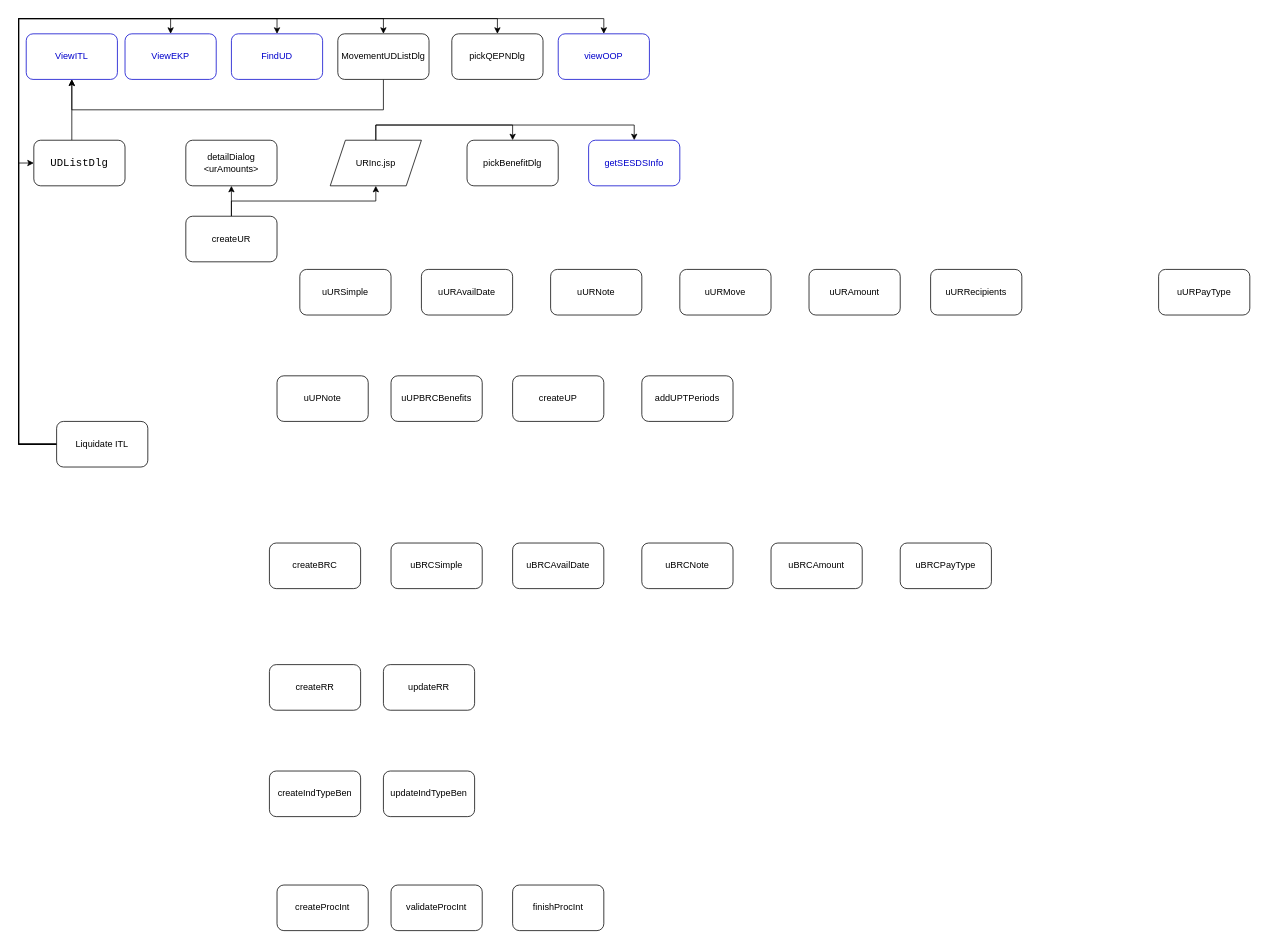
This is liq-itl.drawio from adros/diagrams, a draw.io file, before an edit. Source tidied: cells renumbered, new cells numbered last; positions are measured from the earlier drawing's top-left corner, leaving out a move shared by most shapes. Both pictures are drawn from the tidied source at 76%, with x=0, y=0 at pixel (18, 18).
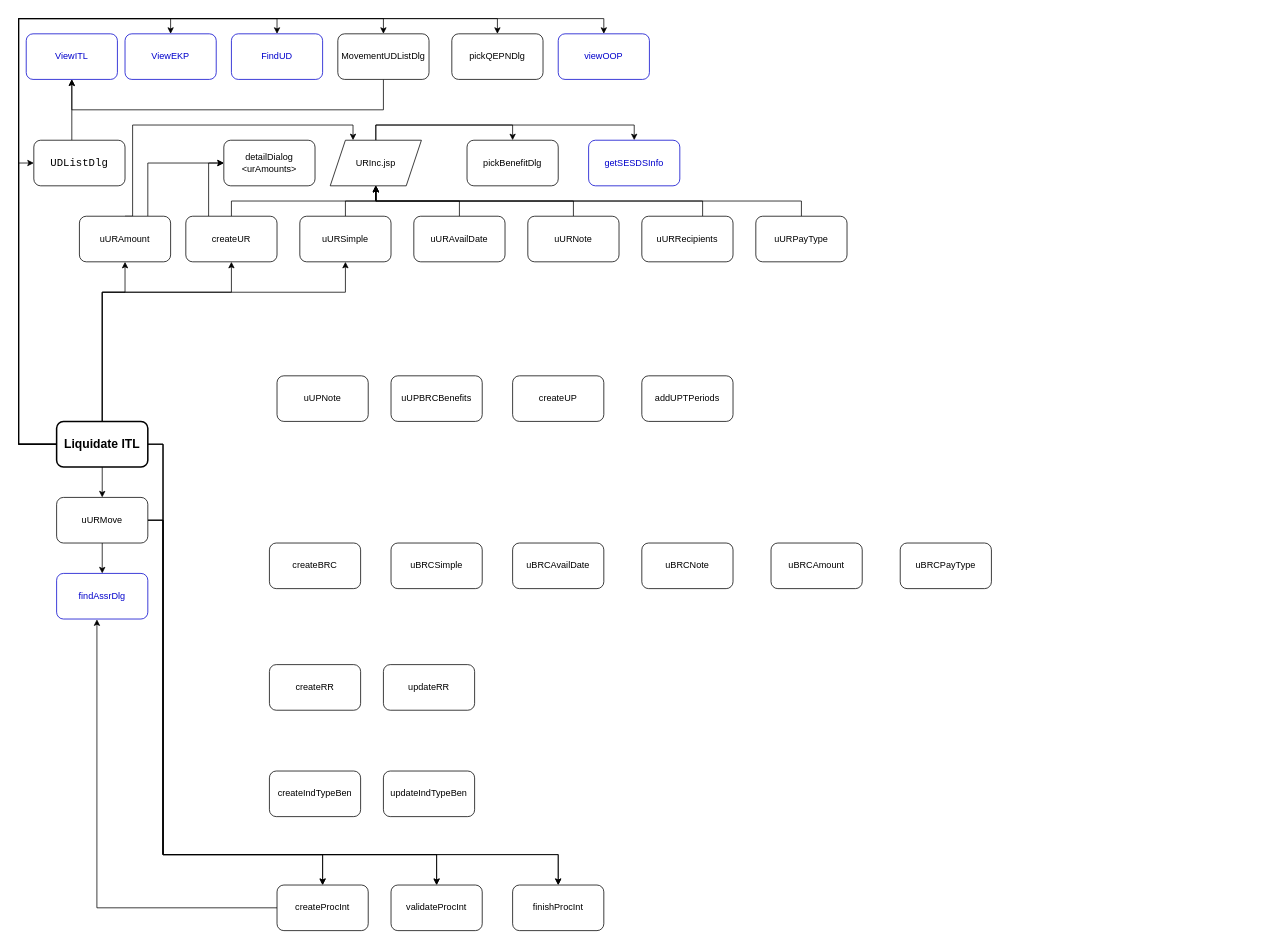
The same diagram, later.

Unchanged cells that the change refers to:
```xml
<mxCell id="19" value="createUR" style="rounded=1;whiteSpace=wrap;html=1;fontColor=#000000;" parent="1" vertex="1">
  <mxGeometry x="220" y="260" width="120" height="60" as="geometry" />
</mxCell>
<mxCell id="41" value="createProcInt" style="rounded=1;whiteSpace=wrap;html=1;fontColor=#000000;" parent="1" vertex="1">
  <mxGeometry x="340" y="1140" width="120" height="60" as="geometry" />
</mxCell>
<mxCell id="42" value="validateProcInt" style="rounded=1;whiteSpace=wrap;html=1;fontColor=#000000;" parent="1" vertex="1">
  <mxGeometry x="490" y="1140" width="120" height="60" as="geometry" />
</mxCell>
<mxCell id="43" value="finishProcInt" style="rounded=1;whiteSpace=wrap;html=1;fontColor=#000000;" parent="1" vertex="1">
  <mxGeometry x="650" y="1140" width="120" height="60" as="geometry" />
</mxCell>
<mxCell id="48" value="URInc.jsp" style="shape=parallelogram;perimeter=parallelogramPerimeter;whiteSpace=wrap;html=1;fixedSize=1;strokeColor=#000000;fontColor=#000000;" parent="1" vertex="1">
  <mxGeometry x="410" y="160" width="120" height="60" as="geometry" />
</mxCell>
```

The edit, as a diff of the source:
```diff
@@
+    <mxCell id="51" style="edgeStyle=orthogonalEdgeStyle;rounded=0;jettySize=auto;html=1;entryX=0.5;entryY=1;entryDx=0;entryDy=0;fontColor=#0000CC;" parent="1" edge="1" source="8" target="19">
+      <mxGeometry relative="1" as="geometry">
+        <Array as="points">
+          <mxPoint x="110" y="360" />
+          <mxPoint x="280" y="360" />
+        </Array>
+      </mxGeometry>
+    </mxCell>
+    <mxCell id="52" style="edgeStyle=orthogonalEdgeStyle;rounded=0;jettySize=auto;html=1;entryX=0.5;entryY=1;entryDx=0;entryDy=0;fontColor=#0000CC;" parent="1" edge="1" source="8" target="25">
+      <mxGeometry relative="1" as="geometry">
+        <Array as="points">
+          <mxPoint x="110" y="360" />
+          <mxPoint x="430" y="360" />
+        </Array>
+      </mxGeometry>
+    </mxCell>
+    <mxCell id="53" style="edgeStyle=orthogonalEdgeStyle;rounded=0;jettySize=auto;html=1;fontColor=#0000CC;" parent="1" edge="1" source="8" target="28">
+      <mxGeometry relative="1" as="geometry" />
+    </mxCell>
+    <mxCell id="54" style="edgeStyle=orthogonalEdgeStyle;rounded=0;jettySize=auto;html=1;entryX=0.5;entryY=0;entryDx=0;entryDy=0;fontColor=#0000CC;" parent="1" edge="1" source="8" target="41">
+      <mxGeometry relative="1" as="geometry">
+        <Array as="points">
+          <mxPoint x="190" y="560" />
+          <mxPoint x="190" y="1100" />
+          <mxPoint x="400" y="1100" />
+        </Array>
+      </mxGeometry>
+    </mxCell>
+    <mxCell id="55" style="edgeStyle=orthogonalEdgeStyle;rounded=0;jettySize=auto;html=1;entryX=0.5;entryY=0;entryDx=0;entryDy=0;fontColor=#0000CC;" parent="1" edge="1" source="8" target="42">
+      <mxGeometry relative="1" as="geometry">
+        <Array as="points">
+          <mxPoint x="190" y="560" />
+          <mxPoint x="190" y="1100" />
+          <mxPoint x="550" y="1100" />
+        </Array>
+      </mxGeometry>
+    </mxCell>
+    <mxCell id="56" style="edgeStyle=orthogonalEdgeStyle;rounded=0;jettySize=auto;html=1;entryX=0.5;entryY=0;entryDx=0;entryDy=0;fontColor=#0000CC;" parent="1" edge="1" source="8" target="43">
+      <mxGeometry relative="1" as="geometry">
+        <Array as="points">
+          <mxPoint x="190" y="560" />
+          <mxPoint x="190" y="1100" />
+          <mxPoint x="710" y="1100" />
+        </Array>
+      </mxGeometry>
+    </mxCell>
+    <mxCell id="57" style="edgeStyle=orthogonalEdgeStyle;rounded=0;jettySize=auto;html=1;entryX=0.5;entryY=1;entryDx=0;entryDy=0;fontSize=16;fontColor=#0000CC;" parent="1" edge="1" source="8" target="29">
+      <mxGeometry relative="1" as="geometry">
+        <Array as="points">
+          <mxPoint x="110" y="360" />
+          <mxPoint x="140" y="360" />
+        </Array>
+      </mxGeometry>
+    </mxCell>
-    <mxCell id="8" value="Liquidate ITL" style="rounded=1;whiteSpace=wrap;html=1;" parent="1" vertex="1">
+    <mxCell id="8" value="Liquidate ITL" style="rounded=1;whiteSpace=wrap;html=1;fontStyle=1;fontSize=16;strokeWidth=2;" parent="1" vertex="1">
       <mxGeometry x="50" y="530" width="120" height="60" as="geometry" />
     </mxCell>
@@
+    <mxCell id="18" style="edgeStyle=orthogonalEdgeStyle;rounded=0;jettySize=auto;html=1;exitX=0.5;exitY=0;exitDx=0;exitDy=0;entryX=0.5;entryY=1;entryDx=0;entryDy=0;fontColor=#000000;" parent="1" edge="1" source="19" target="48">
+      <mxGeometry relative="1" as="geometry" />
+    </mxCell>
-    <mxCell id="17" style="edgeStyle=orthogonalEdgeStyle;rounded=0;jettySize=auto;html=1;exitX=0.5;exitY=0;exitDx=0;exitDy=0;entryX=0.5;entryY=1;entryDx=0;entryDy=0;fontColor=#000000;" parent="1" edge="1" source="19" target="45">
+    <mxCell id="17" style="edgeStyle=orthogonalEdgeStyle;rounded=0;jettySize=auto;html=1;exitX=0.25;exitY=0;exitDx=0;exitDy=0;entryX=0;entryY=0.5;entryDx=0;entryDy=0;fontSize=16;fontColor=#0000CC;" parent="1" edge="1" source="19" target="45">
       <mxGeometry relative="1" as="geometry" />
     </mxCell>
-    <mxCell id="18" style="edgeStyle=orthogonalEdgeStyle;rounded=0;jettySize=auto;html=1;exitX=0.5;exitY=0;exitDx=0;exitDy=0;entryX=0.5;entryY=1;entryDx=0;entryDy=0;fontColor=#000000;" parent="1" edge="1" source="19" target="48">
-      <mxGeometry relative="1" as="geometry" />
-    </mxCell>
@@
+    <mxCell id="58" style="edgeStyle=orthogonalEdgeStyle;rounded=0;jettySize=auto;html=1;exitX=0.5;exitY=0;exitDx=0;exitDy=0;fontColor=#0000CC;" parent="1" edge="1" source="25">
+      <mxGeometry relative="1" as="geometry">
+        <mxPoint x="470" y="220" as="targetPoint" />
+      </mxGeometry>
+    </mxCell>
     <mxCell id="25" value="uURSimple" style="rounded=1;whiteSpace=wrap;html=1;fontColor=#000000;" parent="1" vertex="1">
-      <mxGeometry x="370" y="330" width="120" height="60" as="geometry" />
+      <mxGeometry x="370" y="260" width="120" height="60" as="geometry" />
     </mxCell>
+    <mxCell id="59" style="edgeStyle=orthogonalEdgeStyle;rounded=0;jettySize=auto;html=1;entryX=0.5;entryY=1;entryDx=0;entryDy=0;fontColor=#0000CC;" parent="1" edge="1" source="26" target="48">
+      <mxGeometry relative="1" as="geometry" />
+    </mxCell>
     <mxCell id="26" value="uURAvailDate" style="rounded=1;whiteSpace=wrap;html=1;fontColor=#000000;" parent="1" vertex="1">
-      <mxGeometry x="530" y="330" width="120" height="60" as="geometry" />
+      <mxGeometry x="520" y="260" width="120" height="60" as="geometry" />
     </mxCell>
+    <mxCell id="60" style="edgeStyle=orthogonalEdgeStyle;rounded=0;jettySize=auto;html=1;entryX=0.5;entryY=1;entryDx=0;entryDy=0;fontColor=#0000CC;" parent="1" edge="1" source="27" target="48">
+      <mxGeometry relative="1" as="geometry">
+        <Array as="points">
+          <mxPoint x="730" y="240" />
+          <mxPoint x="470" y="240" />
+        </Array>
+      </mxGeometry>
+    </mxCell>
     <mxCell id="27" value="uURNote" style="rounded=1;whiteSpace=wrap;html=1;fontColor=#000000;" parent="1" vertex="1">
-      <mxGeometry x="700" y="330" width="120" height="60" as="geometry" />
+      <mxGeometry x="670" y="260" width="120" height="60" as="geometry" />
     </mxCell>
+    <mxCell id="61" style="edgeStyle=orthogonalEdgeStyle;rounded=0;jettySize=auto;html=1;entryX=0.5;entryY=0;entryDx=0;entryDy=0;fontColor=#0000CC;" parent="1" edge="1" source="28" target="70">
+      <mxGeometry relative="1" as="geometry" />
+    </mxCell>
+    <mxCell id="62" style="edgeStyle=orthogonalEdgeStyle;rounded=0;jettySize=auto;html=1;entryX=0.5;entryY=0;entryDx=0;entryDy=0;fontColor=#0000CC;" parent="1" edge="1" source="28" target="41">
+      <mxGeometry relative="1" as="geometry">
+        <Array as="points">
+          <mxPoint x="190" y="660" />
+          <mxPoint x="190" y="1100" />
+          <mxPoint x="400" y="1100" />
+        </Array>
+      </mxGeometry>
+    </mxCell>
+    <mxCell id="63" style="edgeStyle=orthogonalEdgeStyle;rounded=0;jettySize=auto;html=1;entryX=0.5;entryY=0;entryDx=0;entryDy=0;fontColor=#0000CC;" parent="1" edge="1" source="28" target="42">
+      <mxGeometry relative="1" as="geometry">
+        <Array as="points">
+          <mxPoint x="190" y="660" />
+          <mxPoint x="190" y="1100" />
+          <mxPoint x="550" y="1100" />
+        </Array>
+      </mxGeometry>
+    </mxCell>
+    <mxCell id="64" style="edgeStyle=orthogonalEdgeStyle;rounded=0;jettySize=auto;html=1;entryX=0.5;entryY=0;entryDx=0;entryDy=0;fontColor=#0000CC;" parent="1" edge="1" source="28" target="43">
+      <mxGeometry relative="1" as="geometry">
+        <Array as="points">
+          <mxPoint x="190" y="660" />
+          <mxPoint x="190" y="1100" />
+          <mxPoint x="710" y="1100" />
+        </Array>
+      </mxGeometry>
+    </mxCell>
     <mxCell id="28" value="uURMove" style="rounded=1;whiteSpace=wrap;html=1;fontColor=#000000;" parent="1" vertex="1">
-      <mxGeometry x="870" y="330" width="120" height="60" as="geometry" />
+      <mxGeometry x="50" y="630" width="120" height="60" as="geometry" />
     </mxCell>
+    <mxCell id="65" style="edgeStyle=orthogonalEdgeStyle;rounded=0;jettySize=auto;html=1;entryX=0;entryY=0.5;entryDx=0;entryDy=0;fontSize=16;fontColor=#0000CC;exitX=0.75;exitY=0;exitDx=0;exitDy=0;" parent="1" edge="1" source="29" target="45">
+      <mxGeometry relative="1" as="geometry" />
+    </mxCell>
+    <mxCell id="66" style="edgeStyle=orthogonalEdgeStyle;rounded=0;jettySize=auto;html=1;entryX=0.25;entryY=0;entryDx=0;entryDy=0;fontSize=16;fontColor=#0000CC;exitX=0.5;exitY=0;exitDx=0;exitDy=0;" parent="1" edge="1" source="29" target="48">
+      <mxGeometry relative="1" as="geometry">
+        <Array as="points">
+          <mxPoint x="150" y="260" />
+          <mxPoint x="150" y="140" />
+          <mxPoint x="440" y="140" />
+        </Array>
+      </mxGeometry>
+    </mxCell>
     <mxCell id="29" value="uURAmount" style="rounded=1;whiteSpace=wrap;html=1;fontColor=#000000;" parent="1" vertex="1">
-      <mxGeometry x="1040" y="330" width="120" height="60" as="geometry" />
+      <mxGeometry x="80" y="260" width="120" height="60" as="geometry" />
     </mxCell>
+    <mxCell id="67" style="edgeStyle=orthogonalEdgeStyle;rounded=0;jettySize=auto;html=1;entryX=0.5;entryY=1;entryDx=0;entryDy=0;fontSize=16;fontColor=#0000CC;" parent="1" edge="1" source="30" target="48">
+      <mxGeometry relative="1" as="geometry">
+        <Array as="points">
+          <mxPoint x="900" y="240" />
+          <mxPoint x="470" y="240" />
+        </Array>
+      </mxGeometry>
+    </mxCell>
     <mxCell id="30" value="uURRecipients" style="rounded=1;whiteSpace=wrap;html=1;fontColor=#000000;" parent="1" vertex="1">
-      <mxGeometry x="1200" y="330" width="120" height="60" as="geometry" />
+      <mxGeometry x="820" y="260" width="120" height="60" as="geometry" />
     </mxCell>
+    <mxCell id="68" style="edgeStyle=orthogonalEdgeStyle;rounded=0;jettySize=auto;html=1;entryX=0.5;entryY=1;entryDx=0;entryDy=0;fontSize=16;fontColor=#0000CC;" parent="1" edge="1" source="31" target="48">
+      <mxGeometry relative="1" as="geometry">
+        <Array as="points">
+          <mxPoint x="1030" y="240" />
+          <mxPoint x="470" y="240" />
+        </Array>
+      </mxGeometry>
+    </mxCell>
     <mxCell id="31" value="uURPayType" style="rounded=1;whiteSpace=wrap;html=1;fontColor=#000000;" parent="1" vertex="1">
-      <mxGeometry x="1500" y="330" width="120" height="60" as="geometry" />
+      <mxGeometry x="970" y="260" width="120" height="60" as="geometry" />
     </mxCell>
@@
+    <mxCell id="69" style="edgeStyle=orthogonalEdgeStyle;rounded=0;jettySize=auto;html=1;entryX=0.442;entryY=1.007;entryDx=0;entryDy=0;entryPerimeter=0;fontSize=16;fontColor=#0000CC;" parent="1" edge="1" source="41" target="70">
+      <mxGeometry relative="1" as="geometry" />
+    </mxCell>
@@
     <mxCell id="45" value="detailDialog&lt;br&gt;&amp;lt;urAmounts&amp;gt;" style="rounded=1;whiteSpace=wrap;html=1;fontColor=#000000;" parent="1" vertex="1">
-      <mxGeometry x="220" y="160" width="120" height="60" as="geometry" />
+      <mxGeometry x="270" y="160" width="120" height="60" as="geometry" />
     </mxCell>
@@
+    <mxCell id="70" value="findAssrDlg" style="rounded=1;whiteSpace=wrap;html=1;strokeColor=#0000CC;fontColor=#0000CC;" parent="1" vertex="1">
+      <mxGeometry x="50" y="730" width="120" height="60" as="geometry" />
+    </mxCell>
```
